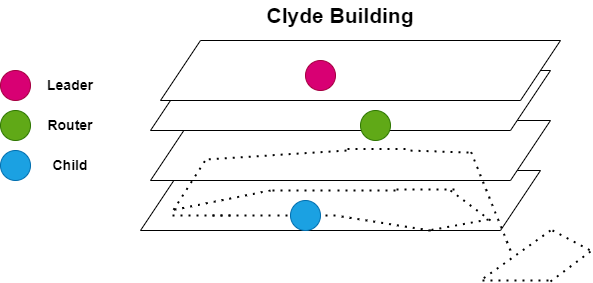
devoncward/EE_526_Thread keeps this draw.io diagram as Figures/Clyde_Map.png. Above is the earlier version. Source tidied: cells renumbered, new cells last; positions are measured from the earlier drawing's top-left corner, leaving out a move shared by most shapes.
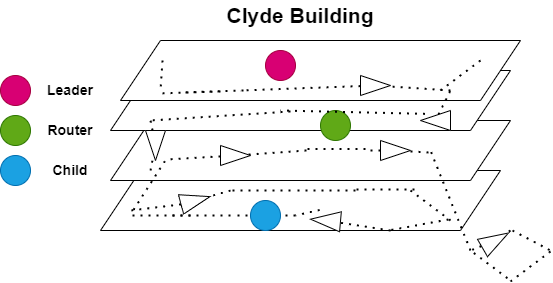
Above is the later version.

Commit message:
Fixed figure to show paths

What changed in the source:
```diff
@@ -15,12 +15,12 @@
       <mxGeometry x="160" y="40" width="400" height="60" as="geometry" />
     </mxCell>
     <mxCell id="6" style="ellipse;whiteSpace=wrap;html=1;fillColor=#d80073;fontColor=#ffffff;strokeColor=#A50040;" parent="1" vertex="1">
-      <mxGeometry x="305" y="60" width="30" height="30" as="geometry" />
+      <mxGeometry x="305" y="50" width="30" height="30" as="geometry" />
     </mxCell>
     <mxCell id="7" style="ellipse;whiteSpace=wrap;html=1;fillColor=#FFFFFF;fontColor=#ffffff;strokeColor=none;" parent="1" vertex="1">
       <mxGeometry x="200" y="135" width="30" height="30" as="geometry" />
     </mxCell>
-    <mxCell id="8" style="endArrow=none;dashed=1;html=1;dashPattern=1 3;strokeWidth=2;rounded=0;exitX=0.725;exitY=1;exitDx=0;exitDy=0;exitPerimeter=0;" parent="1" edge="1" source="2">
+    <mxCell id="8" style="endArrow=none;dashed=1;html=1;dashPattern=1 3;strokeWidth=2;rounded=0;exitX=0.725;exitY=1;exitDx=0;exitDy=0;exitPerimeter=0;" parent="1" edge="1" source="57">
       <mxGeometry relative="1" as="geometry">
         <mxPoint x="335" y="215" as="targetPoint" />
       </mxGeometry>
@@ -43,9 +43,8 @@
         <mxPoint x="170" y="215" as="targetPoint" />
       </mxGeometry>
     </mxCell>
-    <mxCell id="12" style="endArrow=none;dashed=1;html=1;dashPattern=1 3;strokeWidth=2;rounded=0;exitX=0;exitY=0.5;exitDx=0;exitDy=0;" parent="1" edge="1">
+    <mxCell id="12" style="endArrow=none;dashed=1;html=1;dashPattern=1 3;strokeWidth=2;rounded=0;exitX=0;exitY=0.5;exitDx=0;exitDy=0;" parent="1" edge="1" source="55">
       <mxGeometry relative="1" as="geometry">
-        <mxPoint x="270" y="190" as="sourcePoint" />
         <mxPoint x="170" y="210" as="targetPoint" />
       </mxGeometry>
     </mxCell>
@@ -66,9 +65,8 @@
         <mxPoint x="172" y="211" as="targetPoint" />
       </mxGeometry>
     </mxCell>
-    <mxCell id="16" style="endArrow=none;dashed=1;html=1;dashPattern=1 3;strokeWidth=2;rounded=0;" parent="1" edge="1">
+    <mxCell id="16" style="endArrow=none;dashed=1;html=1;dashPattern=1 3;strokeWidth=2;rounded=0;" parent="1" edge="1" source="49">
       <mxGeometry relative="1" as="geometry">
-        <mxPoint x="346" y="150" as="sourcePoint" />
         <mxPoint x="206" y="159" as="targetPoint" />
       </mxGeometry>
     </mxCell>
@@ -78,9 +76,8 @@
         <mxPoint x="345" y="148.5" as="targetPoint" />
       </mxGeometry>
     </mxCell>
-    <mxCell id="18" style="endArrow=none;dashed=1;html=1;dashPattern=1 3;strokeWidth=2;rounded=0;exitX=0;exitY=0.5;exitDx=0;exitDy=0;" parent="1" edge="1">
+    <mxCell id="18" style="endArrow=none;dashed=1;html=1;dashPattern=1 3;strokeWidth=2;rounded=0;exitX=0;exitY=0.5;exitDx=0;exitDy=0;" parent="1" edge="1" source="51">
       <mxGeometry relative="1" as="geometry">
-        <mxPoint x="468" y="152" as="sourcePoint" />
         <mxPoint x="408" y="150" as="targetPoint" />
       </mxGeometry>
     </mxCell>
@@ -99,12 +96,11 @@
         <mxPoint x="590" y="251" as="targetPoint" />
       </mxGeometry>
     </mxCell>
-    <mxCell id="22" style="endArrow=none;dashed=1;html=1;dashPattern=1 3;strokeWidth=2;rounded=0;" parent="1" edge="1">
+    <mxCell id="22" style="endArrow=none;dashed=1;html=1;dashPattern=1 3;strokeWidth=2;rounded=0;" parent="1" edge="1" source="53">
       <mxGeometry relative="1" as="geometry">
-        <mxPoint x="550" y="230" as="sourcePoint" />
         <mxPoint x="550" y="280" as="targetPoint" />
         <Array as="points">
-          <mxPoint x="480" y="280" />
+          <mxPoint x="510" y="250" />
         </Array>
       </mxGeometry>
     </mxCell>
@@ -112,22 +108,22 @@
       <mxGeometry x="250" width="180" height="30" as="geometry" />
     </mxCell>
     <mxCell id="24" style="ellipse;whiteSpace=wrap;html=1;fillColor=#d80073;fontColor=#ffffff;strokeColor=#A50040;" parent="1" vertex="1">
-      <mxGeometry y="70" width="30" height="30" as="geometry" />
+      <mxGeometry x="40" y="75" width="30" height="30" as="geometry" />
     </mxCell>
     <mxCell id="25" value="&lt;b&gt;&lt;font style=&quot;font-size: 14px;&quot;&gt;Leader&lt;/font&gt;&lt;/b&gt;" style="text;html=1;align=center;verticalAlign=middle;whiteSpace=wrap;rounded=0;" parent="1" vertex="1">
-      <mxGeometry x="40" y="70" width="60" height="30" as="geometry" />
+      <mxGeometry x="80" y="75" width="60" height="30" as="geometry" />
     </mxCell>
     <mxCell id="26" style="ellipse;whiteSpace=wrap;html=1;fillColor=#60a917;fontColor=#ffffff;strokeColor=#2D7600;" parent="1" vertex="1">
-      <mxGeometry y="110" width="30" height="30" as="geometry" />
+      <mxGeometry x="40" y="115" width="30" height="30" as="geometry" />
     </mxCell>
     <mxCell id="27" value="&lt;b&gt;&lt;font style=&quot;font-size: 14px;&quot;&gt;Router&lt;/font&gt;&lt;/b&gt;" style="text;html=1;align=center;verticalAlign=middle;whiteSpace=wrap;rounded=0;" parent="1" vertex="1">
-      <mxGeometry x="40" y="110" width="60" height="30" as="geometry" />
+      <mxGeometry x="80" y="115" width="60" height="30" as="geometry" />
     </mxCell>
     <mxCell id="28" style="ellipse;whiteSpace=wrap;html=1;fillColor=#1ba1e2;fontColor=#ffffff;strokeColor=#006EAF;" parent="1" vertex="1">
-      <mxGeometry y="150" width="30" height="30" as="geometry" />
+      <mxGeometry x="40" y="155" width="30" height="30" as="geometry" />
     </mxCell>
     <mxCell id="29" value="&lt;b&gt;&lt;font style=&quot;font-size: 14px;&quot;&gt;Child&lt;/font&gt;&lt;/b&gt;" style="text;html=1;align=center;verticalAlign=middle;whiteSpace=wrap;rounded=0;" parent="1" vertex="1">
-      <mxGeometry x="40" y="150" width="60" height="30" as="geometry" />
+      <mxGeometry x="80" y="155" width="60" height="30" as="geometry" />
     </mxCell>
     <mxCell id="30" style="ellipse;whiteSpace=wrap;html=1;fillColor=#1ba1e2;fontColor=#ffffff;strokeColor=#006EAF;" parent="1" vertex="1">
       <mxGeometry x="290" y="200" width="30" height="30" as="geometry" />
@@ -155,5 +151,120 @@
         <mxPoint x="470" y="150" as="targetPoint" />
       </mxGeometry>
     </mxCell>
+    <mxCell id="35" style="endArrow=none;dashed=1;html=1;dashPattern=1 3;strokeWidth=2;rounded=0;" parent="1" edge="1">
+      <mxGeometry relative="1" as="geometry">
+        <mxPoint x="260" y="91" as="sourcePoint" />
+        <mxPoint x="197" y="93" as="targetPoint" />
+      </mxGeometry>
+    </mxCell>
+    <mxCell id="36" style="endArrow=none;dashed=1;html=1;dashPattern=1 3;strokeWidth=2;rounded=0;" parent="1" edge="1">
+      <mxGeometry relative="1" as="geometry">
+        <mxPoint x="480" y="90" as="sourcePoint" />
+        <mxPoint x="520" y="60" as="targetPoint" />
+      </mxGeometry>
+    </mxCell>
+    <mxCell id="37" style="endArrow=none;dashed=1;html=1;dashPattern=1 3;strokeWidth=2;rounded=0;exitX=0;exitY=1;exitDx=0;exitDy=0;" parent="1" edge="1">
+      <mxGeometry relative="1" as="geometry">
+        <mxPoint x="202" y="60" as="sourcePoint" />
+        <mxPoint x="200" y="90" as="targetPoint" />
+      </mxGeometry>
+    </mxCell>
+    <mxCell id="38" style="endArrow=none;dashed=1;html=1;dashPattern=1 3;strokeWidth=2;rounded=0;" parent="1" edge="1">
+      <mxGeometry relative="1" as="geometry">
+        <mxPoint x="330" y="111" as="sourcePoint" />
+        <mxPoint x="190" y="120" as="targetPoint" />
+      </mxGeometry>
+    </mxCell>
+    <mxCell id="39" style="endArrow=none;dashed=1;html=1;dashPattern=1 3;strokeWidth=2;rounded=0;exitX=0.85;exitY=0.833;exitDx=0;exitDy=0;exitPerimeter=0;" parent="1" edge="1" source="45">
+      <mxGeometry relative="1" as="geometry">
+        <mxPoint x="320" y="110" as="targetPoint" />
+      </mxGeometry>
+    </mxCell>
+    <mxCell id="40" style="endArrow=none;dashed=1;html=1;dashPattern=1 3;strokeWidth=2;rounded=0;" parent="1" edge="1" source="45">
+      <mxGeometry relative="1" as="geometry">
+        <mxPoint x="490" y="90" as="targetPoint" />
+      </mxGeometry>
+    </mxCell>
+    <mxCell id="41" style="endArrow=none;dashed=1;html=1;dashPattern=1 3;strokeWidth=2;rounded=0;" parent="1" edge="1" source="47">
+      <mxGeometry relative="1" as="geometry">
+        <mxPoint x="190" y="120" as="targetPoint" />
+      </mxGeometry>
+    </mxCell>
+    <mxCell id="42" style="endArrow=none;dashed=1;html=1;dashPattern=1 3;strokeWidth=2;rounded=0;" parent="1" edge="1" source="60">
+      <mxGeometry relative="1" as="geometry">
+        <mxPoint x="280" y="90" as="targetPoint" />
+      </mxGeometry>
+    </mxCell>
+    <mxCell id="43" style="endArrow=none;dashed=1;html=1;dashPattern=1 3;strokeWidth=2;rounded=0;" parent="1" edge="1" target="45">
+      <mxGeometry relative="1" as="geometry">
+        <mxPoint x="490" y="120" as="sourcePoint" />
+      </mxGeometry>
+    </mxCell>
+    <mxCell id="44" style="endArrow=none;dashed=1;html=1;dashPattern=1 3;strokeWidth=2;rounded=0;exitX=0.85;exitY=0.833;exitDx=0;exitDy=0;exitPerimeter=0;" parent="1" edge="1" source="4" target="45">
+      <mxGeometry relative="1" as="geometry" />
+    </mxCell>
+    <mxCell id="45" style="triangle;whiteSpace=wrap;html=1;rotation=-180;" parent="1" vertex="1">
+      <mxGeometry x="460" y="110" width="30" height="20" as="geometry" />
+    </mxCell>
+    <mxCell id="46" style="endArrow=none;dashed=1;html=1;dashPattern=1 3;strokeWidth=2;rounded=0;" parent="1" edge="1" target="47">
+      <mxGeometry relative="1" as="geometry">
+        <mxPoint x="190" y="170" as="sourcePoint" />
+      </mxGeometry>
+    </mxCell>
+    <mxCell id="47" style="triangle;whiteSpace=wrap;html=1;rotation=90;" parent="1" vertex="1">
+      <mxGeometry x="180" y="135" width="30" height="20" as="geometry" />
+    </mxCell>
+    <mxCell id="48" style="endArrow=none;dashed=1;html=1;dashPattern=1 3;strokeWidth=2;rounded=0;" parent="1" edge="1" target="49">
+      <mxGeometry relative="1" as="geometry">
+        <mxPoint x="346" y="150" as="sourcePoint" />
+      </mxGeometry>
+    </mxCell>
+    <mxCell id="49" style="triangle;whiteSpace=wrap;html=1;" parent="1" vertex="1">
+      <mxGeometry x="260" y="145" width="30" height="20" as="geometry" />
+    </mxCell>
+    <mxCell id="50" style="endArrow=none;dashed=1;html=1;dashPattern=1 3;strokeWidth=2;rounded=0;exitX=0;exitY=0.5;exitDx=0;exitDy=0;" parent="1" edge="1" target="51">
+      <mxGeometry relative="1" as="geometry">
+        <mxPoint x="468" y="152" as="sourcePoint" />
+      </mxGeometry>
+    </mxCell>
+    <mxCell id="51" style="triangle;whiteSpace=wrap;html=1;" parent="1" vertex="1">
+      <mxGeometry x="420" y="140" width="30" height="20" as="geometry" />
+    </mxCell>
+    <mxCell id="52" style="endArrow=none;dashed=1;html=1;dashPattern=1 3;strokeWidth=2;rounded=0;" parent="1" edge="1" target="53">
+      <mxGeometry relative="1" as="geometry">
+        <mxPoint x="550" y="230" as="sourcePoint" />
+      </mxGeometry>
+    </mxCell>
+    <mxCell id="53" style="triangle;whiteSpace=wrap;html=1;rotation=-30;" parent="1" vertex="1">
+      <mxGeometry x="520" y="230" width="30" height="20" as="geometry" />
+    </mxCell>
+    <mxCell id="54" style="endArrow=none;dashed=1;html=1;dashPattern=1 3;strokeWidth=2;rounded=0;exitX=0;exitY=0.5;exitDx=0;exitDy=0;" parent="1" edge="1" target="55">
+      <mxGeometry relative="1" as="geometry">
+        <mxPoint x="270" y="190" as="sourcePoint" />
+      </mxGeometry>
+    </mxCell>
+    <mxCell id="55" style="triangle;whiteSpace=wrap;html=1;rotation=-15;" parent="1" vertex="1">
+      <mxGeometry x="220" y="190" width="30" height="20" as="geometry" />
+    </mxCell>
+    <mxCell id="56" style="endArrow=none;dashed=1;html=1;dashPattern=1 3;strokeWidth=2;rounded=0;exitX=0.725;exitY=1;exitDx=0;exitDy=0;exitPerimeter=0;" parent="1" edge="1" source="2" target="57">
+      <mxGeometry relative="1" as="geometry" />
+    </mxCell>
+    <mxCell id="57" style="triangle;whiteSpace=wrap;html=1;rotation=-175;" parent="1" vertex="1">
+      <mxGeometry x="350" y="210" width="30" height="20" as="geometry" />
+    </mxCell>
+    <mxCell id="58" style="endArrow=none;dashed=1;html=1;dashPattern=1 3;strokeWidth=2;rounded=0;" parent="1" edge="1">
+      <mxGeometry relative="1" as="geometry">
+        <mxPoint x="283" y="90" as="sourcePoint" />
+        <mxPoint x="220" y="92" as="targetPoint" />
+      </mxGeometry>
+    </mxCell>
+    <mxCell id="59" style="endArrow=none;dashed=1;html=1;dashPattern=1 3;strokeWidth=2;rounded=0;" parent="1" edge="1" target="60">
+      <mxGeometry relative="1" as="geometry">
+        <mxPoint x="490" y="90" as="sourcePoint" />
+      </mxGeometry>
+    </mxCell>
+    <mxCell id="60" style="triangle;whiteSpace=wrap;html=1;" parent="1" vertex="1">
+      <mxGeometry x="400" y="75" width="30" height="20" as="geometry" />
+    </mxCell>
   </root>
 </mxGraphModel>
```
